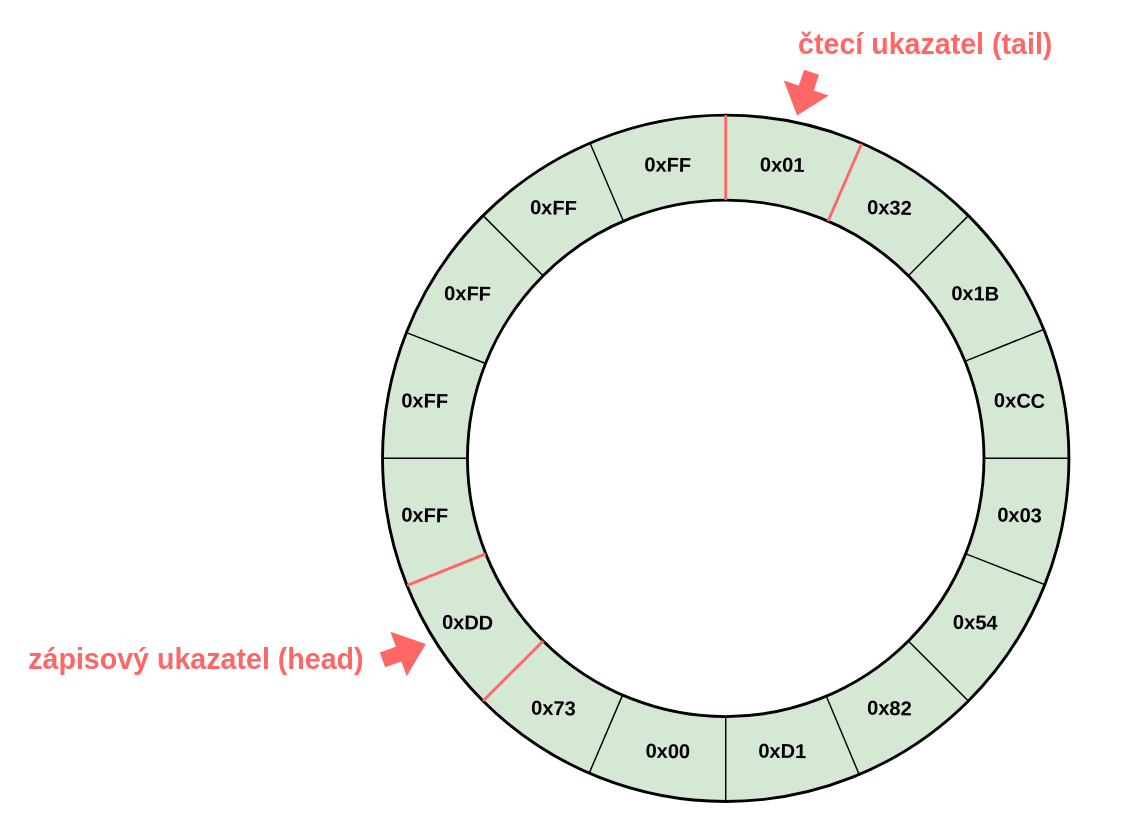
Doly02/thesis keeps this draw.io diagram as diagrams/circular_buffer/circular_buffer.drawio. Above is the earlier version. Source tidied: cells renumbered, new cells numbered last; positions are measured from the earlier drawing's top-left corner, leaving out a move shared by most shapes. Both pictures are drawn from the tidied source at 143%, with x=0, y=0 at pixel (24, 29).
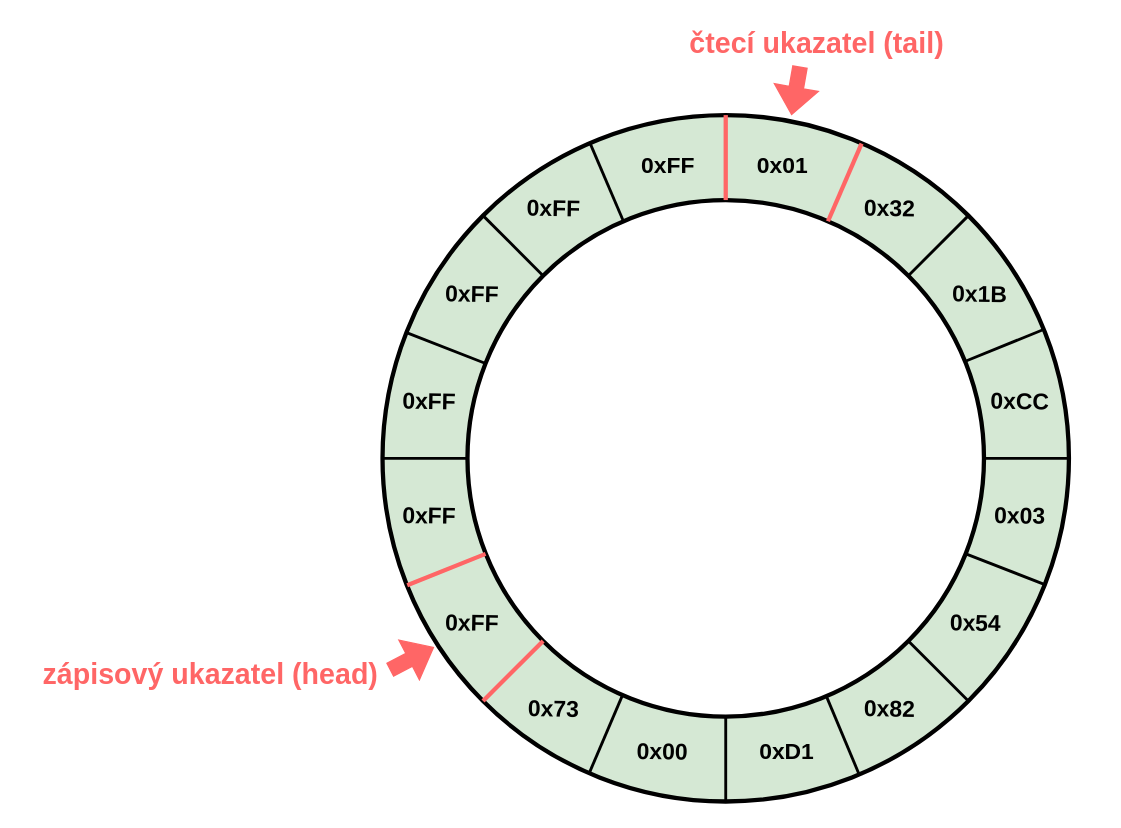
The same diagram, later.

Change to the diagram source:
```diff
@@
-    <mxCell id="2" style="ellipse;whiteSpace=wrap;html=1;strokeWidth=2;fillColor=#d5e8d4;strokeColor=#000000;" parent="1" vertex="1">
+    <mxCell id="2" style="ellipse;whiteSpace=wrap;html=1;strokeWidth=3;fillColor=#d5e8d4;strokeColor=#000000;" parent="1" vertex="1">
       <mxGeometry x="250" y="60" width="480" height="480" as="geometry" />
     </mxCell>
-    <mxCell id="3" style="ellipse;whiteSpace=wrap;html=1;strokeWidth=2;" parent="1" vertex="1">
+    <mxCell id="3" style="ellipse;whiteSpace=wrap;html=1;strokeWidth=3;" parent="1" vertex="1">
       <mxGeometry x="309.4" y="119.4" width="361.2" height="361.2" as="geometry" />
     </mxCell>
-    <mxCell id="4" style="endArrow=none;html=1;rounded=0;exitX=0.5;exitY=1;exitDx=0;exitDy=0;entryX=0.5;entryY=1;entryDx=0;entryDy=0;" parent="1" edge="1" source="2" target="3">
+    <mxCell id="4" style="endArrow=none;html=1;rounded=0;exitX=0.5;exitY=1;exitDx=0;exitDy=0;entryX=0.5;entryY=1;entryDx=0;entryDy=0;strokeWidth=2;" parent="1" edge="1" source="2" target="3">
       <mxGeometry relative="1" as="geometry" />
     </mxCell>
-    <mxCell id="5" style="endArrow=none;html=1;rounded=0;entryX=0.5;entryY=0;entryDx=0;entryDy=0;exitX=0.5;exitY=0;exitDx=0;exitDy=0;strokeColor=#FF6666;strokeWidth=2;" parent="1" edge="1" source="3" target="2">
+    <mxCell id="5" style="endArrow=none;html=1;rounded=0;entryX=0.5;entryY=0;entryDx=0;entryDy=0;exitX=0.5;exitY=0;exitDx=0;exitDy=0;strokeColor=#FF6666;strokeWidth=3;" parent="1" edge="1" source="3" target="2">
       <mxGeometry relative="1" as="geometry" />
     </mxCell>
-    <mxCell id="6" style="endArrow=none;html=1;rounded=0;entryX=1;entryY=0.5;entryDx=0;entryDy=0;exitX=1;exitY=0.5;exitDx=0;exitDy=0;" parent="1" edge="1" source="3" target="2">
+    <mxCell id="6" style="endArrow=none;html=1;rounded=0;entryX=1;entryY=0.5;entryDx=0;entryDy=0;exitX=1;exitY=0.5;exitDx=0;exitDy=0;strokeWidth=2;" parent="1" edge="1" source="3" target="2">
       <mxGeometry relative="1" as="geometry" />
     </mxCell>
-    <mxCell id="7" style="endArrow=none;html=1;rounded=0;exitX=0;exitY=0.5;exitDx=0;exitDy=0;entryX=0;entryY=0.5;entryDx=0;entryDy=0;" parent="1" edge="1" source="2" target="3">
+    <mxCell id="7" style="endArrow=none;html=1;rounded=0;exitX=0;exitY=0.5;exitDx=0;exitDy=0;entryX=0;entryY=0.5;entryDx=0;entryDy=0;strokeWidth=2;" parent="1" edge="1" source="2" target="3">
       <mxGeometry relative="1" as="geometry" />
     </mxCell>
-    <mxCell id="8" style="endArrow=none;html=1;rounded=0;entryX=1;entryY=0;entryDx=0;entryDy=0;exitX=1;exitY=0;exitDx=0;exitDy=0;" parent="1" edge="1" source="3" target="2">
+    <mxCell id="8" style="endArrow=none;html=1;rounded=0;entryX=1;entryY=0;entryDx=0;entryDy=0;exitX=1;exitY=0;exitDx=0;exitDy=0;strokeWidth=2;" parent="1" edge="1" source="3" target="2">
       <mxGeometry relative="1" as="geometry" />
     </mxCell>
-    <mxCell id="9" style="endArrow=none;html=1;rounded=0;exitX=0;exitY=1;exitDx=0;exitDy=0;entryX=0;entryY=1;entryDx=0;entryDy=0;strokeColor=#FF6666;strokeWidth=2;" parent="1" edge="1" source="2" target="3">
+    <mxCell id="9" style="endArrow=none;html=1;rounded=0;exitX=0;exitY=1;exitDx=0;exitDy=0;entryX=0;entryY=1;entryDx=0;entryDy=0;strokeColor=#FF6666;strokeWidth=3;" parent="1" edge="1" source="2" target="3">
       <mxGeometry relative="1" as="geometry" />
     </mxCell>
-    <mxCell id="10" style="endArrow=none;html=1;rounded=0;exitX=0;exitY=0;exitDx=0;exitDy=0;entryX=0;entryY=0;entryDx=0;entryDy=0;" parent="1" edge="1" source="2" target="3">
+    <mxCell id="10" style="endArrow=none;html=1;rounded=0;exitX=0;exitY=0;exitDx=0;exitDy=0;entryX=0;entryY=0;entryDx=0;entryDy=0;strokeWidth=2;" parent="1" edge="1" source="2" target="3">
       <mxGeometry relative="1" as="geometry" />
     </mxCell>
-    <mxCell id="11" style="endArrow=none;html=1;rounded=0;exitX=1;exitY=1;exitDx=0;exitDy=0;entryX=1;entryY=1;entryDx=0;entryDy=0;" parent="1" edge="1" source="2" target="3">
+    <mxCell id="11" style="endArrow=none;html=1;rounded=0;exitX=1;exitY=1;exitDx=0;exitDy=0;entryX=1;entryY=1;entryDx=0;entryDy=0;strokeWidth=2;" parent="1" edge="1" source="2" target="3">
       <mxGeometry relative="1" as="geometry" />
     </mxCell>
-    <mxCell id="12" style="endArrow=none;html=1;rounded=0;exitX=0.695;exitY=0.962;exitDx=0;exitDy=0;exitPerimeter=0;entryX=0.695;entryY=0.961;entryDx=0;entryDy=0;entryPerimeter=0;" parent="1" edge="1" source="2" target="3">
+    <mxCell id="12" style="endArrow=none;html=1;rounded=0;exitX=0.695;exitY=0.962;exitDx=0;exitDy=0;exitPerimeter=0;entryX=0.695;entryY=0.961;entryDx=0;entryDy=0;entryPerimeter=0;strokeWidth=2;" parent="1" edge="1" source="2" target="3">
       <mxGeometry relative="1" as="geometry" />
     </mxCell>
-    <mxCell id="13" style="endArrow=none;html=1;rounded=0;entryX=0.302;entryY=0.04;entryDx=0;entryDy=0;entryPerimeter=0;exitX=0.302;exitY=0.041;exitDx=0;exitDy=0;exitPerimeter=0;" parent="1" edge="1" source="3" target="2">
+    <mxCell id="13" style="endArrow=none;html=1;rounded=0;entryX=0.302;entryY=0.04;entryDx=0;entryDy=0;entryPerimeter=0;exitX=0.302;exitY=0.041;exitDx=0;exitDy=0;exitPerimeter=0;strokeWidth=2;" parent="1" edge="1" source="3" target="2">
       <mxGeometry relative="1" as="geometry" />
     </mxCell>
-    <mxCell id="14" style="endArrow=none;html=1;rounded=0;exitX=0.035;exitY=0.317;exitDx=0;exitDy=0;exitPerimeter=0;entryX=0.034;entryY=0.316;entryDx=0;entryDy=0;entryPerimeter=0;" parent="1" edge="1" source="2" target="3">
+    <mxCell id="14" style="endArrow=none;html=1;rounded=0;exitX=0.035;exitY=0.317;exitDx=0;exitDy=0;exitPerimeter=0;entryX=0.034;entryY=0.316;entryDx=0;entryDy=0;entryPerimeter=0;strokeWidth=2;" parent="1" edge="1" source="2" target="3">
       <mxGeometry relative="1" as="geometry" />
     </mxCell>
-    <mxCell id="15" style="endArrow=none;html=1;rounded=0;exitX=0.965;exitY=0.685;exitDx=0;exitDy=0;exitPerimeter=0;entryX=0.965;entryY=0.684;entryDx=0;entryDy=0;entryPerimeter=0;" parent="1" edge="1" source="3" target="2">
+    <mxCell id="15" style="endArrow=none;html=1;rounded=0;exitX=0.965;exitY=0.685;exitDx=0;exitDy=0;exitPerimeter=0;entryX=0.965;entryY=0.684;entryDx=0;entryDy=0;entryPerimeter=0;strokeWidth=2;" parent="1" edge="1" source="3" target="2">
       <mxGeometry relative="1" as="geometry" />
     </mxCell>
-    <mxCell id="16" style="endArrow=none;html=1;rounded=0;entryX=0.035;entryY=0.685;entryDx=0;entryDy=0;entryPerimeter=0;exitX=0.036;exitY=0.685;exitDx=0;exitDy=0;exitPerimeter=0;strokeColor=#FF6666;strokeWidth=2;" parent="1" edge="1" source="2" target="3">
+    <mxCell id="16" style="endArrow=none;html=1;rounded=0;entryX=0.035;entryY=0.685;entryDx=0;entryDy=0;entryPerimeter=0;exitX=0.036;exitY=0.685;exitDx=0;exitDy=0;exitPerimeter=0;strokeColor=#FF6666;strokeWidth=3;" parent="1" edge="1" source="2" target="3">
       <mxGeometry relative="1" as="geometry" />
     </mxCell>
-    <mxCell id="17" style="endArrow=none;html=1;rounded=0;entryX=0.964;entryY=0.312;entryDx=0;entryDy=0;entryPerimeter=0;exitX=0.964;exitY=0.312;exitDx=0;exitDy=0;exitPerimeter=0;" parent="1" edge="1" source="3" target="2">
+    <mxCell id="17" style="endArrow=none;html=1;rounded=0;entryX=0.964;entryY=0.312;entryDx=0;entryDy=0;entryPerimeter=0;exitX=0.964;exitY=0.312;exitDx=0;exitDy=0;exitPerimeter=0;strokeWidth=2;" parent="1" edge="1" source="3" target="2">
       <mxGeometry relative="1" as="geometry" />
     </mxCell>
-    <mxCell id="18" style="endArrow=none;html=1;rounded=0;exitX=0.301;exitY=0.959;exitDx=0;exitDy=0;exitPerimeter=0;entryX=0.3;entryY=0.959;entryDx=0;entryDy=0;entryPerimeter=0;" parent="1" edge="1" source="2" target="3">
+    <mxCell id="18" style="endArrow=none;html=1;rounded=0;exitX=0.301;exitY=0.959;exitDx=0;exitDy=0;exitPerimeter=0;entryX=0.3;entryY=0.959;entryDx=0;entryDy=0;entryPerimeter=0;strokeWidth=2;" parent="1" edge="1" source="2" target="3">
       <mxGeometry relative="1" as="geometry" />
     </mxCell>
-    <mxCell id="19" style="endArrow=none;html=1;rounded=0;exitX=0.698;exitY=0.041;exitDx=0;exitDy=0;exitPerimeter=0;strokeColor=#FF6666;strokeWidth=2;" parent="1" edge="1" source="3">
+    <mxCell id="19" style="endArrow=none;html=1;rounded=0;exitX=0.698;exitY=0.041;exitDx=0;exitDy=0;exitPerimeter=0;strokeColor=#FF6666;strokeWidth=3;" parent="1" edge="1" source="3">
       <mxGeometry relative="1" as="geometry">
         <mxPoint x="585" y="80" as="targetPoint" />
       </mxGeometry>
     </mxCell>
-    <mxCell id="20" value="&lt;font style=&quot;font-size: 14px;&quot;&gt;&lt;b&gt;0x32&lt;/b&gt;&lt;/font&gt;" style="text;html=1;align=center;verticalAlign=middle;whiteSpace=wrap;rounded=0;rotation=1;" parent="1" vertex="1">
+    <mxCell id="20" value="&lt;font style=&quot;font-size: 16px;&quot;&gt;&lt;b style=&quot;&quot;&gt;0x32&lt;/b&gt;&lt;/font&gt;" style="text;html=1;align=center;verticalAlign=middle;whiteSpace=wrap;rounded=0;rotation=1;" parent="1" vertex="1">
       <mxGeometry x="575" y="110" width="60" height="30" as="geometry" />
     </mxCell>
-    <mxCell id="21" value="&lt;font style=&quot;font-size: 14px;&quot;&gt;&lt;b&gt;0x1B&lt;/b&gt;&lt;/font&gt;" style="text;html=1;align=center;verticalAlign=middle;whiteSpace=wrap;rounded=0;rotation=1;" parent="1" vertex="1">
-      <mxGeometry x="635" y="170" width="60" height="30" as="geometry" />
+    <mxCell id="21" value="&lt;font style=&quot;font-size: 16px;&quot;&gt;&lt;b style=&quot;&quot;&gt;0x1B&lt;/b&gt;&lt;/font&gt;" style="text;html=1;align=center;verticalAlign=middle;whiteSpace=wrap;rounded=0;rotation=1;" parent="1" vertex="1">
+      <mxGeometry x="638" y="170" width="60" height="30" as="geometry" />
     </mxCell>
-    <mxCell id="22" value="&lt;font style=&quot;font-size: 14px;&quot;&gt;&lt;b&gt;0xCC&lt;/b&gt;&lt;/font&gt;" style="text;html=1;align=center;verticalAlign=middle;whiteSpace=wrap;rounded=0;rotation=1;" parent="1" vertex="1">
+    <mxCell id="22" value="&lt;font style=&quot;font-size: 16px;&quot;&gt;&lt;b style=&quot;&quot;&gt;0xCC&lt;/b&gt;&lt;/font&gt;" style="text;html=1;align=center;verticalAlign=middle;whiteSpace=wrap;rounded=0;rotation=1;" parent="1" vertex="1">
       <mxGeometry x="670.6" y="250.1" width="50" height="20" as="geometry" />
     </mxCell>
-    <mxCell id="23" value="&lt;font style=&quot;font-size: 14px;&quot;&gt;&lt;b&gt;0x03&lt;/b&gt;&lt;/font&gt;" style="text;html=1;align=center;verticalAlign=middle;whiteSpace=wrap;rounded=0;rotation=1;" parent="1" vertex="1">
+    <mxCell id="23" value="&lt;font style=&quot;font-size: 16px;&quot;&gt;&lt;b style=&quot;&quot;&gt;0x03&lt;/b&gt;&lt;/font&gt;" style="text;html=1;align=center;verticalAlign=middle;whiteSpace=wrap;rounded=0;rotation=1;" parent="1" vertex="1">
       <mxGeometry x="670.6" y="330" width="50" height="20" as="geometry" />
     </mxCell>
-    <mxCell id="24" value="&lt;font style=&quot;font-size: 14px;&quot;&gt;&lt;b&gt;0x54&lt;/b&gt;&lt;/font&gt;" style="text;html=1;align=center;verticalAlign=middle;whiteSpace=wrap;rounded=0;rotation=1;" parent="1" vertex="1">
+    <mxCell id="24" value="&lt;font style=&quot;font-size: 16px;&quot;&gt;&lt;b style=&quot;&quot;&gt;0x54&lt;/b&gt;&lt;/font&gt;" style="text;html=1;align=center;verticalAlign=middle;whiteSpace=wrap;rounded=0;rotation=1;" parent="1" vertex="1">
       <mxGeometry x="635" y="400" width="60" height="30" as="geometry" />
     </mxCell>
-    <mxCell id="25" value="&lt;font style=&quot;font-size: 14px;&quot;&gt;&lt;b&gt;0x82&lt;/b&gt;&lt;/font&gt;" style="text;html=1;align=center;verticalAlign=middle;whiteSpace=wrap;rounded=0;rotation=1;" parent="1" vertex="1">
+    <mxCell id="25" value="&lt;font style=&quot;font-size: 16px;&quot;&gt;&lt;b style=&quot;&quot;&gt;0x82&lt;/b&gt;&lt;/font&gt;" style="text;html=1;align=center;verticalAlign=middle;whiteSpace=wrap;rounded=0;rotation=1;" parent="1" vertex="1">
       <mxGeometry x="575" y="460" width="60" height="30" as="geometry" />
     </mxCell>
-    <mxCell id="26" value="&lt;font style=&quot;font-size: 14px;&quot;&gt;&lt;b&gt;0xD1&lt;/b&gt;&lt;/font&gt;" style="text;html=1;align=center;verticalAlign=middle;whiteSpace=wrap;rounded=0;rotation=1;" parent="1" vertex="1">
-      <mxGeometry x="500" y="490" width="60" height="30" as="geometry" />
+    <mxCell id="26" value="&lt;font style=&quot;font-size: 16px;&quot;&gt;&lt;b style=&quot;&quot;&gt;0xD1&lt;/b&gt;&lt;/font&gt;" style="text;html=1;align=center;verticalAlign=middle;whiteSpace=wrap;rounded=0;rotation=0;" parent="1" vertex="1">
+      <mxGeometry x="503" y="490" width="60" height="30" as="geometry" />
     </mxCell>
-    <mxCell id="27" value="&lt;font style=&quot;font-size: 14px;&quot;&gt;&lt;b&gt;0x00&lt;/b&gt;&lt;/font&gt;" style="text;html=1;align=center;verticalAlign=middle;whiteSpace=wrap;rounded=0;rotation=1;" parent="1" vertex="1">
-      <mxGeometry x="420" y="490" width="60" height="30" as="geometry" />
+    <mxCell id="27" value="&lt;font style=&quot;font-size: 16px;&quot;&gt;&lt;b style=&quot;&quot;&gt;0x00&lt;/b&gt;&lt;/font&gt;" style="text;html=1;align=center;verticalAlign=middle;whiteSpace=wrap;rounded=0;rotation=1;" parent="1" vertex="1">
+      <mxGeometry x="416" y="490" width="60" height="30" as="geometry" />
     </mxCell>
-    <mxCell id="28" value="&lt;font style=&quot;font-size: 14px;&quot;&gt;&lt;b&gt;0x73&lt;/b&gt;&lt;/font&gt;" style="text;html=1;align=center;verticalAlign=middle;whiteSpace=wrap;rounded=0;rotation=1;" parent="1" vertex="1">
+    <mxCell id="28" value="&lt;font style=&quot;font-size: 16px;&quot;&gt;&lt;b style=&quot;&quot;&gt;0x73&lt;/b&gt;&lt;/font&gt;" style="text;html=1;align=center;verticalAlign=middle;whiteSpace=wrap;rounded=0;rotation=1;" parent="1" vertex="1">
       <mxGeometry x="340" y="460" width="60" height="30" as="geometry" />
     </mxCell>
-    <mxCell id="29" value="&lt;font style=&quot;font-size: 14px;&quot;&gt;&lt;b&gt;0xDD&lt;/b&gt;&lt;/font&gt;" style="text;html=1;align=center;verticalAlign=middle;whiteSpace=wrap;rounded=0;rotation=1;" parent="1" vertex="1">
-      <mxGeometry x="280" y="400" width="60" height="30" as="geometry" />
+    <mxCell id="29" value="&lt;font style=&quot;font-size: 16px;&quot;&gt;&lt;b style=&quot;&quot;&gt;0xFF&lt;/b&gt;&lt;/font&gt;" style="text;html=1;align=center;verticalAlign=middle;whiteSpace=wrap;rounded=0;rotation=1;" parent="1" vertex="1">
+      <mxGeometry x="283" y="400" width="60" height="30" as="geometry" />
     </mxCell>
-    <mxCell id="30" value="&lt;font style=&quot;font-size: 14px;&quot;&gt;&lt;b&gt;0xFF&lt;/b&gt;&lt;/font&gt;" style="text;html=1;align=center;verticalAlign=middle;whiteSpace=wrap;rounded=0;rotation=1;" parent="1" vertex="1">
-      <mxGeometry x="250" y="325" width="60" height="30" as="geometry" />
+    <mxCell id="30" value="&lt;font style=&quot;font-size: 16px;&quot;&gt;&lt;b style=&quot;&quot;&gt;0xFF&lt;/b&gt;&lt;/font&gt;" style="text;html=1;align=center;verticalAlign=middle;whiteSpace=wrap;rounded=0;rotation=1;" parent="1" vertex="1">
+      <mxGeometry x="253" y="325" width="60" height="30" as="geometry" />
     </mxCell>
-    <mxCell id="31" value="&lt;font style=&quot;font-size: 14px;&quot;&gt;&lt;b&gt;0xFF&lt;/b&gt;&lt;/font&gt;" style="text;html=1;align=center;verticalAlign=middle;whiteSpace=wrap;rounded=0;rotation=1;" parent="1" vertex="1">
-      <mxGeometry x="250" y="245.1" width="60" height="30" as="geometry" />
+    <mxCell id="31" value="&lt;font style=&quot;font-size: 16px;&quot;&gt;&lt;b style=&quot;&quot;&gt;0xFF&lt;/b&gt;&lt;/font&gt;" style="text;html=1;align=center;verticalAlign=middle;whiteSpace=wrap;rounded=0;rotation=1;" parent="1" vertex="1">
+      <mxGeometry x="253" y="245.1" width="60" height="30" as="geometry" />
     </mxCell>
-    <mxCell id="32" value="&lt;font style=&quot;font-size: 14px;&quot;&gt;&lt;b&gt;0xFF&lt;/b&gt;&lt;/font&gt;" style="text;html=1;align=center;verticalAlign=middle;whiteSpace=wrap;rounded=0;rotation=1;" parent="1" vertex="1">
-      <mxGeometry x="280" y="170" width="60" height="30" as="geometry" />
+    <mxCell id="32" value="&lt;font style=&quot;font-size: 16px;&quot;&gt;&lt;b style=&quot;&quot;&gt;0xFF&lt;/b&gt;&lt;/font&gt;" style="text;html=1;align=center;verticalAlign=middle;whiteSpace=wrap;rounded=0;rotation=1;" parent="1" vertex="1">
+      <mxGeometry x="283" y="170" width="60" height="30" as="geometry" />
     </mxCell>
-    <mxCell id="33" value="&lt;font style=&quot;font-size: 14px;&quot;&gt;&lt;b&gt;0xFF&lt;/b&gt;&lt;/font&gt;" style="text;html=1;align=center;verticalAlign=middle;whiteSpace=wrap;rounded=0;rotation=1;" parent="1" vertex="1">
+    <mxCell id="33" value="&lt;font style=&quot;font-size: 16px;&quot;&gt;&lt;b style=&quot;&quot;&gt;0xFF&lt;/b&gt;&lt;/font&gt;" style="text;html=1;align=center;verticalAlign=middle;whiteSpace=wrap;rounded=0;rotation=1;" parent="1" vertex="1">
       <mxGeometry x="340" y="110" width="60" height="30" as="geometry" />
     </mxCell>
-    <mxCell id="34" value="&lt;font style=&quot;font-size: 14px;&quot;&gt;&lt;b&gt;0xFF&lt;/b&gt;&lt;/font&gt;" style="text;html=1;align=center;verticalAlign=middle;whiteSpace=wrap;rounded=0;rotation=1;" parent="1" vertex="1">
+    <mxCell id="34" value="&lt;font style=&quot;font-size: 16px;&quot;&gt;&lt;b style=&quot;&quot;&gt;0xFF&lt;/b&gt;&lt;/font&gt;" style="text;html=1;align=center;verticalAlign=middle;whiteSpace=wrap;rounded=0;rotation=0;" parent="1" vertex="1">
       <mxGeometry x="420" y="80" width="60" height="30" as="geometry" />
     </mxCell>
-    <mxCell id="35" value="&lt;font style=&quot;font-size: 14px;&quot;&gt;&lt;b&gt;0x01&lt;/b&gt;&lt;/font&gt;" style="text;html=1;align=center;verticalAlign=middle;whiteSpace=wrap;rounded=0;rotation=1;" parent="1" vertex="1">
+    <mxCell id="35" value="&lt;font style=&quot;font-size: 16px;&quot;&gt;&lt;b style=&quot;&quot;&gt;0x01&lt;/b&gt;&lt;/font&gt;" style="text;html=1;align=center;verticalAlign=middle;whiteSpace=wrap;rounded=0;rotation=0;" parent="1" vertex="1">
       <mxGeometry x="500" y="80" width="60" height="30" as="geometry" />
     </mxCell>
     <mxCell id="36" style="shape=flexArrow;endArrow=classic;html=1;rounded=0;strokeColor=#FF6666;fillColor=#FF6666;" parent="1" edge="1">
       <mxGeometry relative="1" as="geometry">
-        <mxPoint x="550" y="30" as="sourcePoint" />
-        <mxPoint x="540" y="60" as="targetPoint" />
+        <mxPoint x="542" y="26" as="sourcePoint" />
+        <mxPoint x="536" y="60" as="targetPoint" />
       </mxGeometry>
     </mxCell>
     <mxCell id="37" style="shape=flexArrow;endArrow=classic;html=1;rounded=0;strokeColor=#FF6666;fillColor=#FF6666;" parent="1" edge="1">
       <mxGeometry relative="1" as="geometry">
-        <mxPoint x="250" y="441" as="sourcePoint" />
-        <mxPoint x="280" y="430" as="targetPoint" />
+        <mxPoint x="255" y="448" as="sourcePoint" />
+        <mxPoint x="286" y="432" as="targetPoint" />
       </mxGeometry>
     </mxCell>
     <mxCell id="38" value="&lt;b&gt;&lt;font style=&quot;color: rgb(255, 102, 102); font-size: 20px;&quot;&gt;čtecí ukazatel (tail)&lt;/font&gt;&lt;/b&gt;" style="text;html=1;align=center;verticalAlign=middle;whiteSpace=wrap;rounded=0;" parent="1" vertex="1">
-      <mxGeometry x="510" width="240" height="20" as="geometry" />
+      <mxGeometry x="434" y="-1" width="240" height="20" as="geometry" />
     </mxCell>
     <mxCell id="39" value="&lt;b&gt;&lt;font style=&quot;color: rgb(255, 102, 102); font-size: 20px;&quot;&gt;zápisový ukazatel (head)&lt;/font&gt;&lt;/b&gt;" style="text;html=1;align=center;verticalAlign=middle;whiteSpace=wrap;rounded=0;" parent="1" vertex="1">
-      <mxGeometry y="430" width="240" height="20" as="geometry" />
+      <mxGeometry x="10" y="440" width="240" height="20" as="geometry" />
     </mxCell>
```
